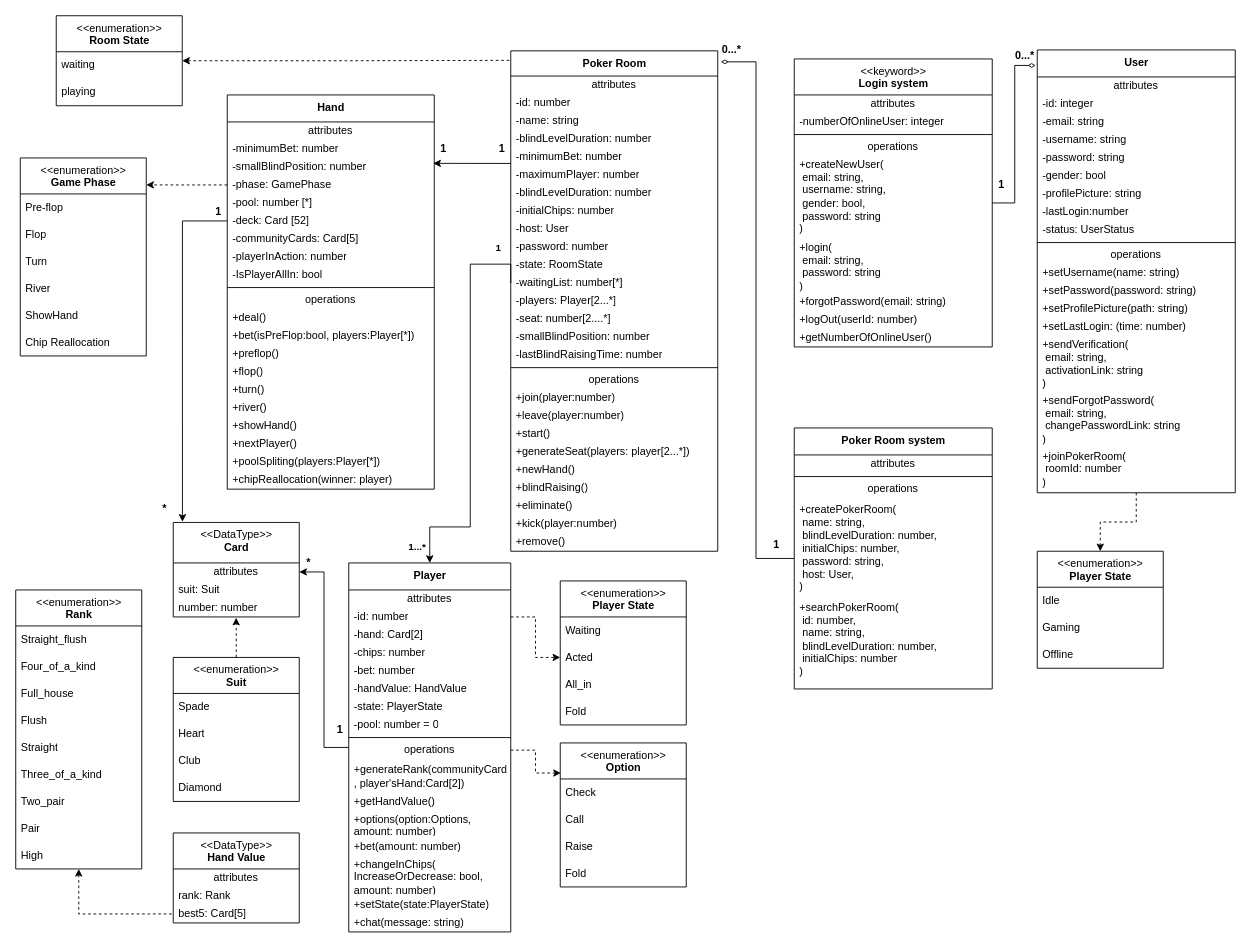
Above: Main_classDiagram.drawio in isaac621/PokerLink (draw.io), before the change. Source tidied: cells renumbered, new cells numbered last; positions are measured from the earlier drawing's top-left corner, leaving out a move shared by most shapes. Both pictures are drawn from the tidied source at 90%, with x=0, y=0 at pixel (15, 15).
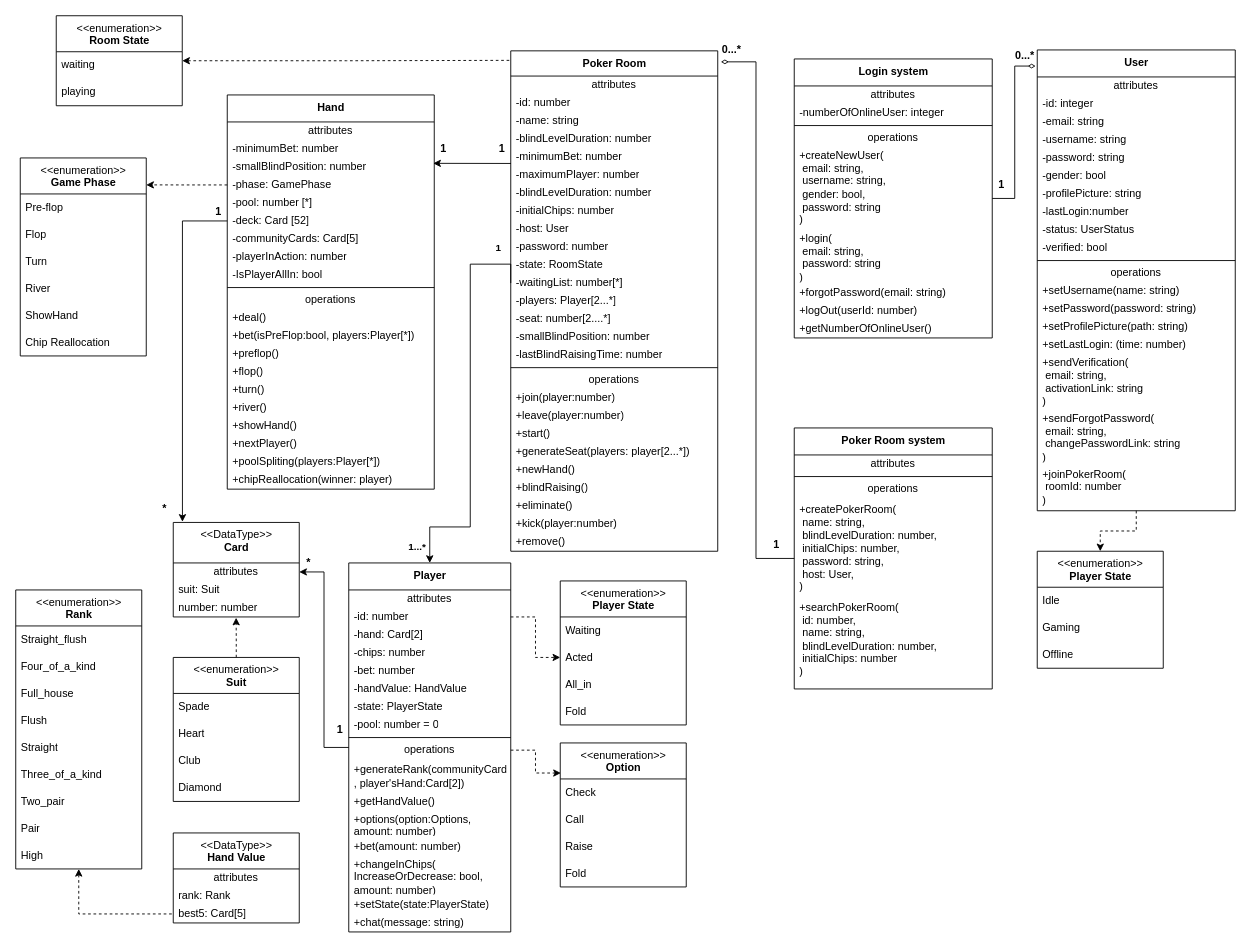
The same page after the edit.

The edit, as a diff of the source:
```diff
@@
     <mxCell id="131" value="&lt;b&gt;User&lt;/b&gt;" style="swimlane;fontStyle=0;align=center;verticalAlign=top;horizontal=1;startSize=30;html=1;" parent="1" vertex="1">
-      <mxGeometry x="1135" y="38" width="220" height="492" as="geometry" />
+      <mxGeometry x="1135" y="38" width="220" height="512" as="geometry" />
     </mxCell>
@@
+    <mxCell id="176" value="-verified: bool" style="text;html=1;strokeColor=none;fillColor=none;align=left;verticalAlign=middle;spacingLeft=4;spacingRight=4;overflow=hidden;" parent="131" vertex="1">
+      <mxGeometry y="210" width="220" height="20" as="geometry" />
+    </mxCell>
     <mxCell id="141" style="line;strokeWidth=1;fillColor=none;align=left;verticalAlign=middle;spacingTop=-1;spacingLeft=3;spacingRight=3;labelPosition=right;" parent="131" vertex="1">
-      <mxGeometry y="210" width="220" height="8" as="geometry" />
+      <mxGeometry y="230" width="220" height="8" as="geometry" />
     </mxCell>
     <mxCell id="142" value="operations" style="text;html=1;strokeColor=none;fillColor=none;align=center;verticalAlign=middle;spacingLeft=4;spacingRight=4;overflow=hidden;" parent="131" vertex="1">
-      <mxGeometry y="218" width="220" height="20" as="geometry" />
+      <mxGeometry y="238" width="220" height="20" as="geometry" />
     </mxCell>
     <mxCell id="143" value="+setUsername(name: string)" style="text;html=1;strokeColor=none;fillColor=none;align=left;verticalAlign=middle;spacingLeft=4;spacingRight=4;overflow=hidden;" parent="131" vertex="1">
-      <mxGeometry y="238" width="220" height="20" as="geometry" />
+      <mxGeometry y="258" width="220" height="20" as="geometry" />
     </mxCell>
     <mxCell id="144" value="+setPassword(password: string)" style="text;html=1;strokeColor=none;fillColor=none;align=left;verticalAlign=middle;spacingLeft=4;spacingRight=4;overflow=hidden;" parent="131" vertex="1">
-      <mxGeometry y="258" width="220" height="20" as="geometry" />
+      <mxGeometry y="278" width="220" height="20" as="geometry" />
     </mxCell>
     <mxCell id="145" value="+setProfilePicture(path: string)" style="text;html=1;strokeColor=none;fillColor=none;align=left;verticalAlign=middle;spacingLeft=4;spacingRight=4;overflow=hidden;" parent="131" vertex="1">
-      <mxGeometry y="278" width="220" height="20" as="geometry" />
+      <mxGeometry y="298" width="220" height="20" as="geometry" />
     </mxCell>
     <mxCell id="146" value="+setLastLogin: (time: number)" style="text;html=1;strokeColor=none;fillColor=none;align=left;verticalAlign=middle;spacingLeft=4;spacingRight=4;overflow=hidden;" parent="131" vertex="1">
-      <mxGeometry y="298" width="220" height="20" as="geometry" />
+      <mxGeometry y="318" width="220" height="20" as="geometry" />
     </mxCell>
     <mxCell id="147" value="+sendVerification(&lt;br&gt;&lt;span style=&quot;white-space: pre&quot;&gt; &lt;/span&gt;email: string,&lt;br&gt;&lt;span style=&quot;white-space: pre&quot;&gt; &lt;/span&gt;activationLink: string&lt;br&gt;)" style="text;html=1;strokeColor=none;fillColor=none;align=left;verticalAlign=middle;spacingLeft=4;spacingRight=4;overflow=hidden;" parent="131" vertex="1">
-      <mxGeometry y="318" width="220" height="62" as="geometry" />
+      <mxGeometry y="338" width="220" height="62" as="geometry" />
     </mxCell>
     <mxCell id="148" value="+sendForgotPassword(&lt;br&gt;&lt;span style=&quot;white-space: pre&quot;&gt; &lt;/span&gt;email: string,&lt;br&gt;&lt;span style=&quot;white-space: pre&quot;&gt; &lt;/span&gt;changePasswordLink: string&lt;br&gt;)" style="text;html=1;strokeColor=none;fillColor=none;align=left;verticalAlign=middle;spacingLeft=4;spacingRight=4;overflow=hidden;" parent="131" vertex="1">
-      <mxGeometry y="380" width="220" height="60" as="geometry" />
+      <mxGeometry y="400" width="220" height="60" as="geometry" />
     </mxCell>
     <mxCell id="149" value="+joinPokerRoom(&lt;br&gt;&lt;span style=&quot;white-space: pre&quot;&gt; &lt;/span&gt;roomId: number&lt;br&gt;)" style="text;html=1;strokeColor=none;fillColor=none;align=left;verticalAlign=middle;spacingLeft=4;spacingRight=4;overflow=hidden;" parent="131" vertex="1">
-      <mxGeometry y="440" width="220" height="52" as="geometry" />
+      <mxGeometry y="460" width="220" height="52" as="geometry" />
     </mxCell>
@@
-    <mxCell id="151" value="&amp;lt;&amp;lt;keyword&amp;gt;&amp;gt;&lt;br&gt;&lt;b&gt;Login system&lt;/b&gt;" style="swimlane;fontStyle=0;align=center;verticalAlign=top;horizontal=1;startSize=40;html=1;" parent="1" vertex="1">
-      <mxGeometry x="865" y="48" width="220" height="320" as="geometry" />
+    <mxCell id="151" value="&lt;b&gt;Login system&lt;/b&gt;" style="swimlane;fontStyle=0;align=center;verticalAlign=top;horizontal=1;startSize=30;html=1;" parent="1" vertex="1">
+      <mxGeometry x="865" y="48" width="220" height="310" as="geometry" />
     </mxCell>
     <mxCell id="152" value="attributes" style="text;html=1;strokeColor=none;fillColor=none;align=center;verticalAlign=middle;spacingLeft=4;spacingRight=4;overflow=hidden;" parent="151" vertex="1">
-      <mxGeometry y="40" width="220" height="20" as="geometry" />
+      <mxGeometry y="30" width="220" height="20" as="geometry" />
     </mxCell>
     <mxCell id="153" value="-numberOfOnlineUser: integer" style="text;html=1;strokeColor=none;fillColor=none;align=left;verticalAlign=middle;spacingLeft=4;spacingRight=4;overflow=hidden;" parent="151" vertex="1">
-      <mxGeometry y="60" width="220" height="20" as="geometry" />
+      <mxGeometry y="50" width="220" height="20" as="geometry" />
     </mxCell>
     <mxCell id="154" style="line;strokeWidth=1;fillColor=none;align=left;verticalAlign=middle;spacingTop=-1;spacingLeft=3;spacingRight=3;labelPosition=right;" parent="151" vertex="1">
-      <mxGeometry y="80" width="220" height="8" as="geometry" />
+      <mxGeometry y="70" width="220" height="8" as="geometry" />
     </mxCell>
     <mxCell id="155" value="operations" style="text;html=1;strokeColor=none;fillColor=none;align=center;verticalAlign=middle;spacingLeft=4;spacingRight=4;overflow=hidden;" parent="151" vertex="1">
-      <mxGeometry y="88" width="220" height="20" as="geometry" />
+      <mxGeometry y="78" width="220" height="20" as="geometry" />
     </mxCell>
     <mxCell id="156" value="+createNewUser(&lt;br&gt;&lt;span style=&quot;white-space: pre&quot;&gt; &lt;/span&gt;email: string,&lt;br&gt;&lt;span style=&quot;white-space: pre&quot;&gt; &lt;/span&gt;username: string,&lt;br&gt;&lt;span style=&quot;white-space: pre&quot;&gt; &lt;/span&gt;gender: bool,&lt;br&gt;&lt;span style=&quot;white-space: pre&quot;&gt; &lt;/span&gt;password: string&lt;br&gt;)&lt;br&gt;&lt;span style=&quot;white-space: pre&quot;&gt; &lt;/span&gt;" style="text;html=1;strokeColor=none;fillColor=none;align=left;verticalAlign=middle;spacingLeft=4;spacingRight=4;overflow=hidden;" parent="151" vertex="1">
-      <mxGeometry y="108" width="220" height="92" as="geometry" />
+      <mxGeometry y="98" width="220" height="92" as="geometry" />
     </mxCell>
     <mxCell id="157" value="+login(&amp;nbsp;&lt;br&gt;&lt;span style=&quot;white-space: pre&quot;&gt; &lt;/span&gt;email: string,&lt;br&gt;&lt;span style=&quot;white-space: pre&quot;&gt; &lt;/span&gt;password: string&lt;br&gt;)" style="text;html=1;strokeColor=none;fillColor=none;align=left;verticalAlign=middle;spacingLeft=4;spacingRight=4;overflow=hidden;" parent="151" vertex="1">
-      <mxGeometry y="200" width="220" height="60" as="geometry" />
+      <mxGeometry y="190" width="220" height="60" as="geometry" />
     </mxCell>
     <mxCell id="158" value="+forgotPassword(email: string)" style="text;html=1;strokeColor=none;fillColor=none;align=left;verticalAlign=middle;spacingLeft=4;spacingRight=4;overflow=hidden;" parent="151" vertex="1">
-      <mxGeometry y="260" width="220" height="20" as="geometry" />
+      <mxGeometry y="250" width="220" height="20" as="geometry" />
     </mxCell>
     <mxCell id="159" value="+logOut(userId: number)" style="text;html=1;strokeColor=none;fillColor=none;align=left;verticalAlign=middle;spacingLeft=4;spacingRight=4;overflow=hidden;" parent="151" vertex="1">
-      <mxGeometry y="280" width="220" height="20" as="geometry" />
+      <mxGeometry y="270" width="220" height="20" as="geometry" />
     </mxCell>
     <mxCell id="160" value="+getNumberOfOnlineUser()" style="text;html=1;strokeColor=none;fillColor=none;align=left;verticalAlign=middle;spacingLeft=4;spacingRight=4;overflow=hidden;" parent="151" vertex="1">
-      <mxGeometry y="300" width="220" height="20" as="geometry" />
+      <mxGeometry y="290" width="220" height="20" as="geometry" />
     </mxCell>
```
